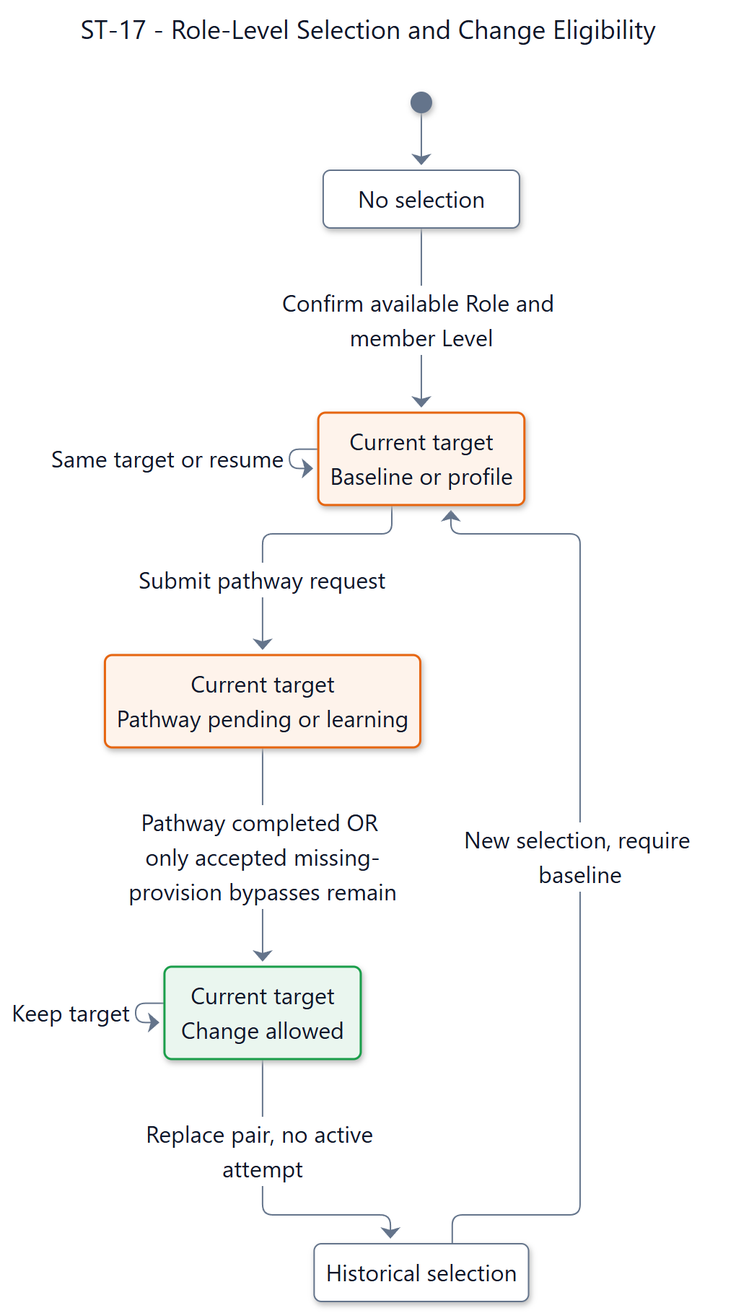
SEP490-Fall-2026-GFA26SE64/SEP490 keeps this Mermaid diagram as documents/diagrams/mermaid/st01-standard-20261106/st-17.png. Above is the earlier version. Its source is kept beside it as documents/diagrams/mermaid/st-17.mmd. Source of this version:
```mermaid
---
title: "ST-17 - Role-Level Selection and Change Eligibility"
config: {"theme":"base","fontFamily":"Segoe UI, Arial, sans-serif","themeVariables":{"fontFamily":"Segoe UI, Arial, sans-serif","fontSize":"16px","primaryColor":"#ffffff","primaryTextColor":"#0f1729","primaryBorderColor":"#64748b","secondaryColor":"#fef3eb","tertiaryColor":"#ffffff","lineColor":"#64748b","textColor":"#0f1729","mainBkg":"#ffffff","background":"#ffffff","clusterBkg":"#ffffff","clusterBorder":"#64748b","edgeLabelBackground":"#ffffff","titleColor":"#0f1729","noteBkgColor":"#fef3eb","noteTextColor":"#0f1729","noteBorderColor":"#e6650f","labelColor":"#0f1729","compositeBackground":"#ffffff","compositeTitleBackground":"#ffffff","compositeBorder":"#64748b","altBackground":"#ffffff","nodeBorder":"#64748b","nodeTextColor":"#0f1729","cScale0":"#ffffff","cScaleLabel0":"#0f1729","cScale1":"#ffffff","cScaleLabel1":"#0f1729","cScale2":"#ffffff","cScaleLabel2":"#0f1729","cScale3":"#ffffff","cScaleLabel3":"#0f1729","cScale4":"#ffffff","cScaleLabel4":"#0f1729","cScale5":"#ffffff","cScaleLabel5":"#0f1729","cScale6":"#ffffff","cScaleLabel6":"#0f1729","cScale7":"#ffffff","cScaleLabel7":"#0f1729","cScale8":"#ffffff","cScaleLabel8":"#0f1729","cScale9":"#ffffff","cScaleLabel9":"#0f1729","cScale10":"#ffffff","cScaleLabel10":"#0f1729","cScale11":"#ffffff","cScaleLabel11":"#0f1729","secondaryBorderColor":"#64748b","tertiaryBorderColor":"#64748b","secondaryTextColor":"#0f1729","tertiaryTextColor":"#0f1729"},"state":{"nodeSpacing":42,"rankSpacing":64,"padding":16,"fontSize":16,"wrappingWidth":250},"look":"neo"}
---
stateDiagram-v2
  direction TB
  state "No selection" as none
  state "Current target<br/>Baseline or profile" as selected
  state "Current target<br/>Pathway pending or learning" as locked
  state "Current target<br/>Change allowed" as eligible
  state "Historical selection" as history
  [*] --> none
  none --> selected : Confirm available Role and member Level
  selected --> selected : Same target or resume
  selected --> locked : Submit pathway request
  locked --> eligible : Pathway completed OR only accepted missing-provision bypasses remain
  eligible --> eligible : Keep target
  eligible --> history : Replace pair, no active attempt
  history --> selected : New selection, require baseline
  classDef accepted fill:#eaf6ef,stroke:#1a9e4a,color:#0f1729,stroke-width:1.5px
  classDef attention fill:#fdf2f2,stroke:#dc2828,color:#0f1729,stroke-width:1.5px
  classDef working fill:#fef3eb,stroke:#e6650f,color:#0f1729,stroke-width:1.5px
  class selected,locked working
  class eligible accepted
```
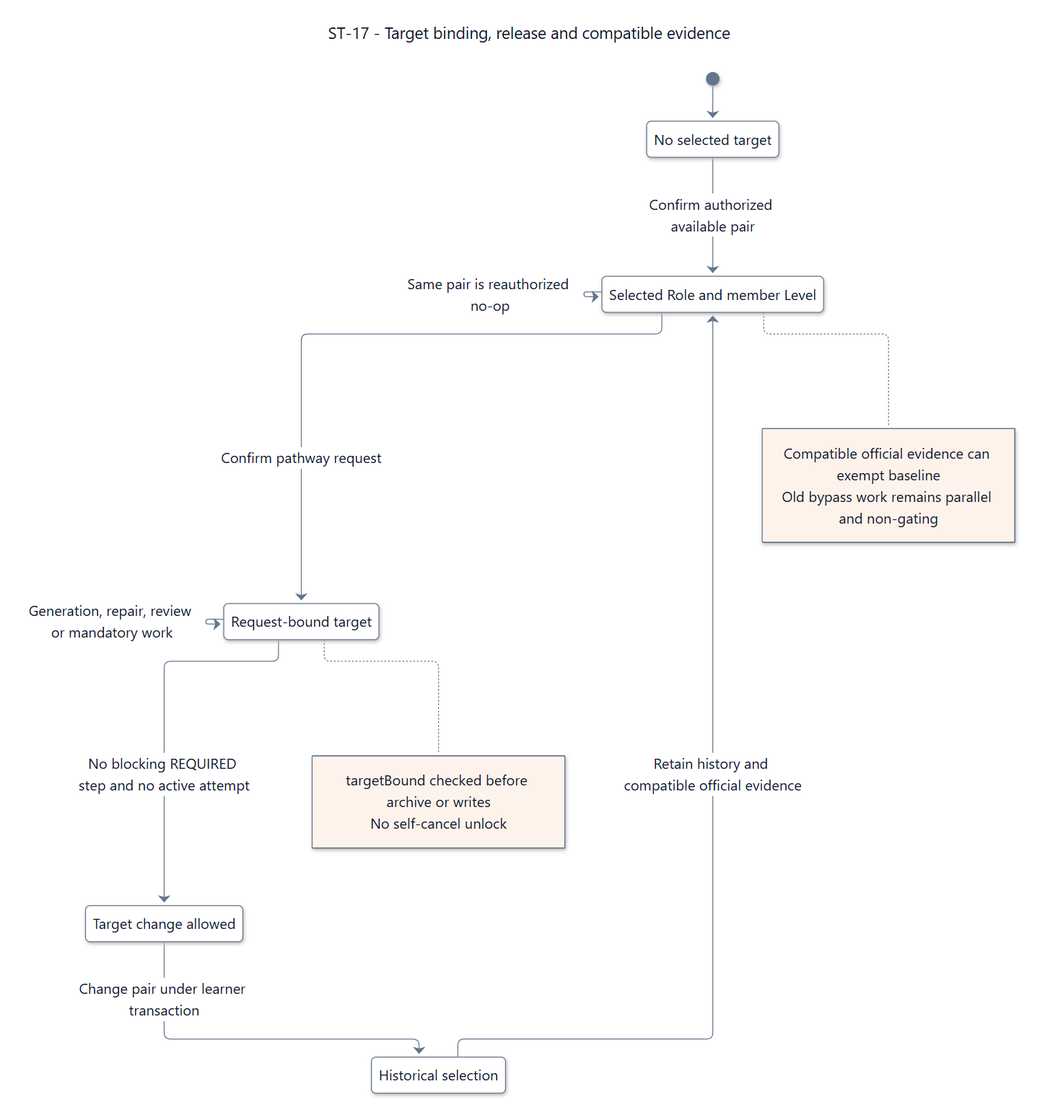
Later version of the same file.

Diff of the diagram source:
```diff
@@ -1,24 +1,28 @@
 ---
-title: "ST-17 - Role-Level Selection and Change Eligibility"
+title: "ST-17 - Target binding, release and compatible evidence"
 config: {"theme":"base","fontFamily":"Segoe UI, Arial, sans-serif","themeVariables":{"fontFamily":"Segoe UI, Arial, sans-serif","fontSize":"16px","primaryColor":"#ffffff","primaryTextColor":"#0f1729","primaryBorderColor":"#64748b","secondaryColor":"#fef3eb","tertiaryColor":"#ffffff","lineColor":"#64748b","textColor":"#0f1729","mainBkg":"#ffffff","background":"#ffffff","clusterBkg":"#ffffff","clusterBorder":"#64748b","edgeLabelBackground":"#ffffff","titleColor":"#0f1729","noteBkgColor":"#fef3eb","noteTextColor":"#0f1729","noteBorderColor":"#e6650f","labelColor":"#0f1729","compositeBackground":"#ffffff","compositeTitleBackground":"#ffffff","compositeBorder":"#64748b","altBackground":"#ffffff","nodeBorder":"#64748b","nodeTextColor":"#0f1729","cScale0":"#ffffff","cScaleLabel0":"#0f1729","cScale1":"#ffffff","cScaleLabel1":"#0f1729","cScale2":"#ffffff","cScaleLabel2":"#0f1729","cScale3":"#ffffff","cScaleLabel3":"#0f1729","cScale4":"#ffffff","cScaleLabel4":"#0f1729","cScale5":"#ffffff","cScaleLabel5":"#0f1729","cScale6":"#ffffff","cScaleLabel6":"#0f1729","cScale7":"#ffffff","cScaleLabel7":"#0f1729","cScale8":"#ffffff","cScaleLabel8":"#0f1729","cScale9":"#ffffff","cScaleLabel9":"#0f1729","cScale10":"#ffffff","cScaleLabel10":"#0f1729","cScale11":"#ffffff","cScaleLabel11":"#0f1729","secondaryBorderColor":"#64748b","tertiaryBorderColor":"#64748b","secondaryTextColor":"#0f1729","tertiaryTextColor":"#0f1729"},"state":{"nodeSpacing":42,"rankSpacing":64,"padding":16,"fontSize":16,"wrappingWidth":250},"look":"neo"}
 ---
+
 stateDiagram-v2
   direction TB
-  state "No selection" as none
-  state "Current target<br/>Baseline or profile" as selected
-  state "Current target<br/>Pathway pending or learning" as locked
-  state "Current target<br/>Change allowed" as eligible
+  state "No selected target" as none
+  state "Selected Role and member Level" as selected
+  state "Request-bound target" as locked
+  state "Target change allowed" as eligible
   state "Historical selection" as history
   [*] --> none
-  none --> selected : Confirm available Role and member Level
-  selected --> selected : Same target or resume
-  selected --> locked : Submit pathway request
-  locked --> eligible : Pathway completed OR only accepted missing-provision bypasses remain
-  eligible --> eligible : Keep target
-  eligible --> history : Replace pair, no active attempt
-  history --> selected : New selection, require baseline
-  classDef accepted fill:#eaf6ef,stroke:#1a9e4a,color:#0f1729,stroke-width:1.5px
-  classDef attention fill:#fdf2f2,stroke:#dc2828,color:#0f1729,stroke-width:1.5px
-  classDef working fill:#fef3eb,stroke:#e6650f,color:#0f1729,stroke-width:1.5px
-  class selected,locked working
-  class eligible accepted
+  none --> selected : Confirm authorized available pair
+  selected --> selected : Same pair is reauthorized no-op
+  selected --> locked : Confirm pathway request
+  locked --> locked : Generation, repair, review or mandatory work
+  locked --> eligible : No blocking REQUIRED step and no active attempt
+  eligible --> history : Change pair under learner transaction
+  history --> selected : Retain history and compatible official evidence
+  note right of locked
+    targetBound checked before archive or writes
+    No self-cancel unlock
+  end note
+  note right of selected
+    Compatible official evidence can exempt baseline
+    Old bypass work remains parallel and non-gating
+  end note
```
